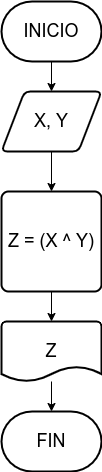
Above: potencias/potencias.png in sanmacorz/ejercicios-fundamentos (draw.io), before the change. Source tidied: cells renumbered, new cells last; positions are measured from the earlier drawing's top-left corner, leaving out a move shared by most shapes. The source it was exported from:
```xml
<mxGraphModel>
  <root>
    <mxCell id="0" />
    <mxCell id="1" parent="0" />
    <mxCell id="2" style="edgeStyle=orthogonalEdgeStyle;rounded=0;jettySize=auto;html=1;fontSize=18;" parent="1" edge="1" source="3" target="5">
      <mxGeometry relative="1" as="geometry" />
    </mxCell>
    <mxCell id="3" value="&lt;font style=&quot;font-size: 18px&quot;&gt;X, Y&lt;/font&gt;" style="shape=parallelogram;html=1;strokeWidth=2;perimeter=parallelogramPerimeter;whiteSpace=wrap;rounded=1;arcSize=12;size=0.23;" parent="1" vertex="1">
      <mxGeometry y="90" width="100" height="60" as="geometry" />
    </mxCell>
    <mxCell id="4" style="edgeStyle=orthogonalEdgeStyle;rounded=0;jettySize=auto;html=1;fontSize=18;" parent="1" edge="1" source="5" target="10">
      <mxGeometry relative="1" as="geometry" />
    </mxCell>
    <mxCell id="5" value="&lt;font style=&quot;font-size: 18px&quot;&gt;Z = (X ^ Y)&lt;/font&gt;" style="rounded=1;whiteSpace=wrap;html=1;absoluteArcSize=1;arcSize=14;strokeWidth=2;" parent="1" vertex="1">
      <mxGeometry y="190" width="100" height="100" as="geometry" />
    </mxCell>
    <mxCell id="6" style="edgeStyle=orthogonalEdgeStyle;rounded=0;jettySize=auto;html=1;fontSize=18;" parent="1" edge="1" source="7" target="3">
      <mxGeometry relative="1" as="geometry" />
    </mxCell>
    <mxCell id="7" value="INICIO" style="strokeWidth=2;html=1;shape=mxgraph.flowchart.terminator;whiteSpace=wrap;fontSize=18;" parent="1" vertex="1">
      <mxGeometry width="100" height="60" as="geometry" />
    </mxCell>
    <mxCell id="8" value="FIN" style="strokeWidth=2;html=1;shape=mxgraph.flowchart.terminator;whiteSpace=wrap;fontSize=18;" parent="1" vertex="1">
      <mxGeometry y="410" width="100" height="60" as="geometry" />
    </mxCell>
    <mxCell id="9" style="edgeStyle=orthogonalEdgeStyle;rounded=0;jettySize=auto;html=1;fontSize=18;" parent="1" edge="1" source="10" target="8">
      <mxGeometry relative="1" as="geometry" />
    </mxCell>
    <mxCell id="10" value="Z" style="strokeWidth=2;html=1;shape=mxgraph.flowchart.document2;whiteSpace=wrap;size=0.25;fontSize=18;" parent="1" vertex="1">
      <mxGeometry y="320" width="100" height="60" as="geometry" />
    </mxCell>
  </root>
</mxGraphModel>
```
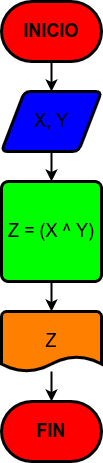
After the change.

What changed in the source:
```diff
@@ -1,32 +1,32 @@
-<mxGraphModel>
+<mxGraphModel background="#FFFFFF">
   <root>
     <mxCell id="0" />
     <mxCell id="1" parent="0" />
-    <mxCell id="2" style="edgeStyle=orthogonalEdgeStyle;rounded=0;jettySize=auto;html=1;fontSize=18;" parent="1" edge="1" source="3" target="5">
+    <mxCell id="2" style="edgeStyle=orthogonalEdgeStyle;rounded=0;jettySize=auto;html=1;fontSize=18;strokeWidth=2;strokeColor=#000000;" parent="1" edge="1" source="3" target="5">
       <mxGeometry relative="1" as="geometry" />
     </mxCell>
-    <mxCell id="3" value="&lt;font style=&quot;font-size: 18px&quot;&gt;X, Y&lt;/font&gt;" style="shape=parallelogram;html=1;strokeWidth=2;perimeter=parallelogramPerimeter;whiteSpace=wrap;rounded=1;arcSize=12;size=0.23;" parent="1" vertex="1">
-      <mxGeometry y="90" width="100" height="60" as="geometry" />
+    <mxCell id="3" value="&lt;font style=&quot;font-size: 18px&quot;&gt;X, Y&lt;/font&gt;" style="shape=parallelogram;html=1;strokeWidth=3;perimeter=parallelogramPerimeter;whiteSpace=wrap;rounded=1;arcSize=12;size=0.23;fillColor=#0000FF;fontColor=#000000;strokeColor=#000000;" parent="1" vertex="1">
+      <mxGeometry y="100" width="100" height="60" as="geometry" />
     </mxCell>
-    <mxCell id="4" style="edgeStyle=orthogonalEdgeStyle;rounded=0;jettySize=auto;html=1;fontSize=18;" parent="1" edge="1" source="5" target="10">
+    <mxCell id="4" style="edgeStyle=orthogonalEdgeStyle;rounded=0;jettySize=auto;html=1;fontSize=18;strokeWidth=2;strokeColor=#000000;" parent="1" edge="1" source="5" target="10">
       <mxGeometry relative="1" as="geometry" />
     </mxCell>
-    <mxCell id="5" value="&lt;font style=&quot;font-size: 18px&quot;&gt;Z = (X ^ Y)&lt;/font&gt;" style="rounded=1;whiteSpace=wrap;html=1;absoluteArcSize=1;arcSize=14;strokeWidth=2;" parent="1" vertex="1">
+    <mxCell id="5" value="&lt;font style=&quot;font-size: 18px&quot;&gt;Z = (X ^ Y)&lt;/font&gt;" style="rounded=1;whiteSpace=wrap;html=1;absoluteArcSize=1;arcSize=14;strokeWidth=3;fillColor=#00FF00;fontColor=#000000;strokeColor=#000000;" parent="1" vertex="1">
       <mxGeometry y="190" width="100" height="100" as="geometry" />
     </mxCell>
-    <mxCell id="6" style="edgeStyle=orthogonalEdgeStyle;rounded=0;jettySize=auto;html=1;fontSize=18;" parent="1" edge="1" source="7" target="3">
+    <mxCell id="6" style="edgeStyle=orthogonalEdgeStyle;rounded=0;jettySize=auto;html=1;fontSize=18;strokeColor=#000000;strokeWidth=2;" parent="1" edge="1" source="7" target="3">
       <mxGeometry relative="1" as="geometry" />
     </mxCell>
-    <mxCell id="7" value="INICIO" style="strokeWidth=2;html=1;shape=mxgraph.flowchart.terminator;whiteSpace=wrap;fontSize=18;" parent="1" vertex="1">
-      <mxGeometry width="100" height="60" as="geometry" />
+    <mxCell id="7" value="INICIO" style="strokeWidth=3;html=1;shape=mxgraph.flowchart.terminator;whiteSpace=wrap;fontSize=18;fillColor=#FF0000;fontStyle=1;fontColor=#000000;strokeColor=#000000;" parent="1" vertex="1">
+      <mxGeometry y="10" width="100" height="60" as="geometry" />
     </mxCell>
-    <mxCell id="8" value="FIN" style="strokeWidth=2;html=1;shape=mxgraph.flowchart.terminator;whiteSpace=wrap;fontSize=18;" parent="1" vertex="1">
+    <mxCell id="8" value="FIN" style="strokeWidth=3;html=1;shape=mxgraph.flowchart.terminator;whiteSpace=wrap;fontSize=18;fillColor=#FF0000;fontStyle=1;fontColor=#000000;strokeColor=#000000;" parent="1" vertex="1">
       <mxGeometry y="410" width="100" height="60" as="geometry" />
     </mxCell>
-    <mxCell id="9" style="edgeStyle=orthogonalEdgeStyle;rounded=0;jettySize=auto;html=1;fontSize=18;" parent="1" edge="1" source="10" target="8">
+    <mxCell id="9" style="edgeStyle=orthogonalEdgeStyle;rounded=0;jettySize=auto;html=1;fontSize=18;strokeWidth=2;strokeColor=#000000;" parent="1" edge="1" source="10" target="8">
       <mxGeometry relative="1" as="geometry" />
     </mxCell>
-    <mxCell id="10" value="Z" style="strokeWidth=2;html=1;shape=mxgraph.flowchart.document2;whiteSpace=wrap;size=0.25;fontSize=18;" parent="1" vertex="1">
+    <mxCell id="10" value="Z" style="strokeWidth=3;html=1;shape=mxgraph.flowchart.document2;whiteSpace=wrap;size=0.25;fontSize=18;fillColor=#FF8000;fontColor=#000000;strokeColor=#000000;" parent="1" vertex="1">
       <mxGeometry y="320" width="100" height="60" as="geometry" />
     </mxCell>
   </root>
```
